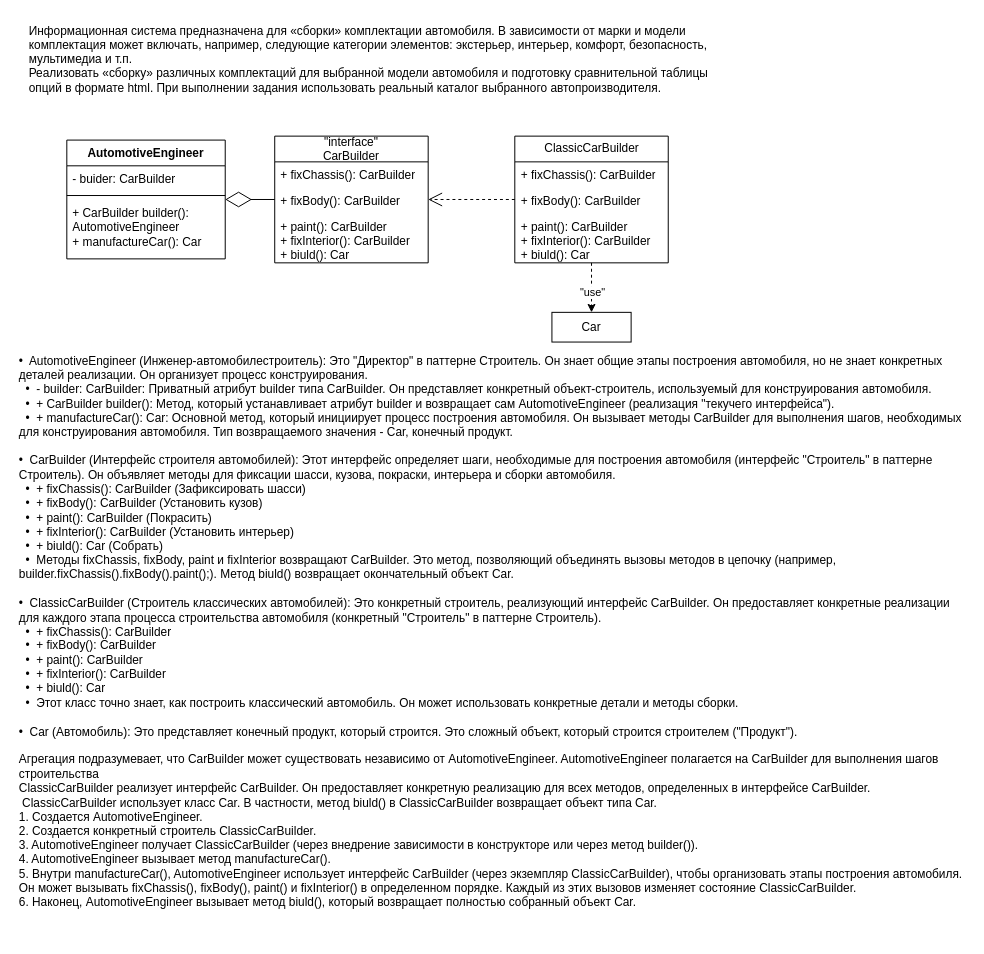
veradel/BEAUTY_GLAMOUR_932220 keeps this draw.io diagram as page "2 семестр" (2 of 2) of fist.lab.drawio. Above is the earlier version. Source tidied: cells renumbered, new cells numbered last; positions are measured from the earlier drawing's top-left corner, leaving out a move shared by most shapes. Both pictures are drawn from the tidied source at 99%, with x=0, y=0 at pixel (17, 17).
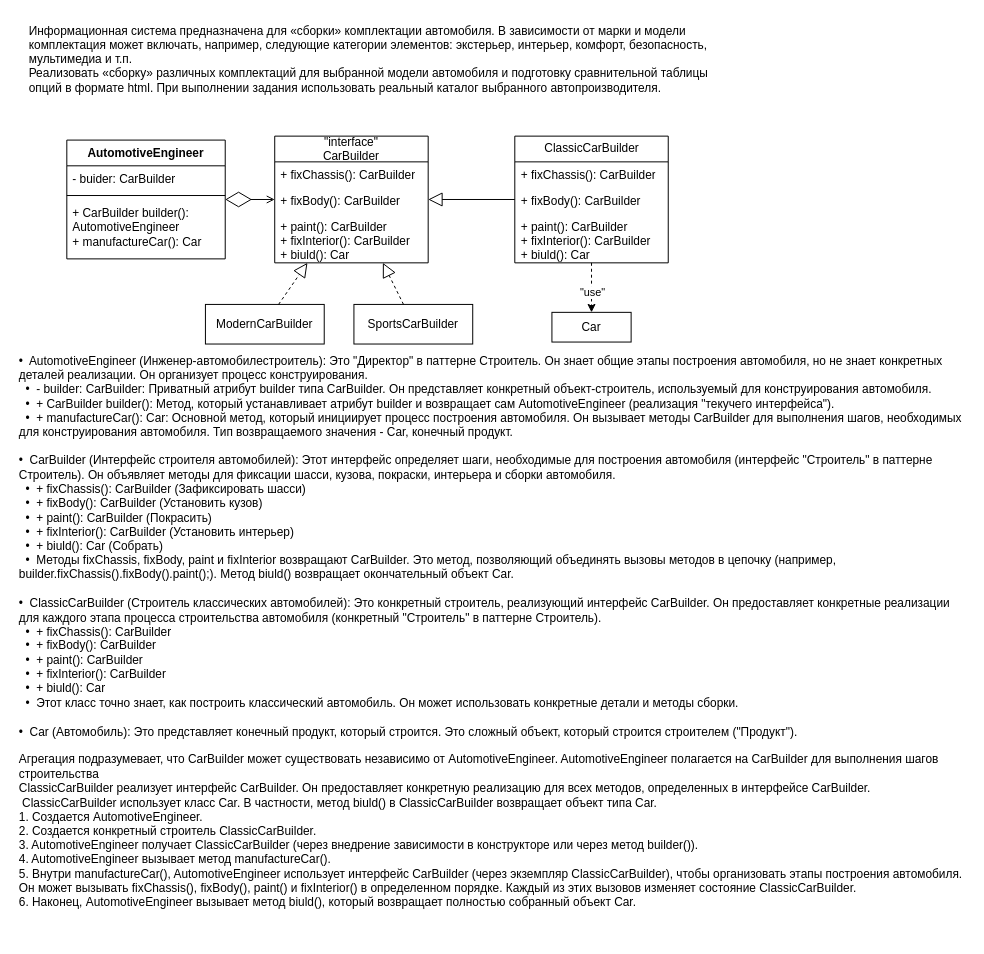
The same page after the edit.

The change refers to these unchanged cells:
```xml
<mxCell id="4" value="&quot;interface&quot;&lt;div&gt;CarBuilder&lt;/div&gt;" style="swimlane;fontStyle=0;horizontal=1;startSize=26;fillColor=none;whiteSpace=wrap;html=1;" parent="1" vertex="1">
  <mxGeometry x="260" y="120" width="155" height="128" as="geometry" />
</mxCell>
<mxCell id="10" value="ClassicCarBuilder" style="swimlane;fontStyle=0;horizontal=1;startSize=26;fillColor=none;whiteSpace=wrap;html=1;" parent="1" vertex="1">
  <mxGeometry x="502.5" y="120" width="155" height="128" as="geometry" />
</mxCell>
<mxCell id="15" value="AutomotiveEngineer" style="swimlane;fontStyle=1;align=center;verticalAlign=top;horizontal=1;startSize=26;whiteSpace=wrap;html=1;" parent="1" vertex="1">
  <mxGeometry x="50" y="124" width="160" height="120" as="geometry" />
</mxCell>
```

Diff of the diagram source:
```diff
@@
-    <mxCell id="14" style="endArrow=open;endFill=1;endSize=12;html=1;rounded=0;dashed=1;" parent="1" edge="1" source="10" target="4">
+    <mxCell id="14" style="endArrow=block;endFill=0;endSize=12;html=1;rounded=0;" parent="1" edge="1" source="10" target="4">
       <mxGeometry relative="1" as="geometry" />
     </mxCell>
@@
-    <mxCell id="19" style="endArrow=diamondThin;endFill=0;endSize=24;html=1;rounded=0;" parent="1" edge="1" source="4" target="15">
+    <mxCell id="19" style="endArrow=diamondThin;endFill=0;endSize=24;html=1;rounded=0;startArrow=open;startFill=0;" parent="1" edge="1" source="4" target="15">
       <mxGeometry relative="1" as="geometry" />
     </mxCell>
@@
+    <mxCell id="21" value="ModernCarBuilder" style="rounded=0;whiteSpace=wrap;html=1;" parent="1" vertex="1">
+      <mxGeometry x="190" y="290" width="120" height="40" as="geometry" />
+    </mxCell>
+    <mxCell id="22" value="SportsCarBuilder" style="rounded=0;whiteSpace=wrap;html=1;" parent="1" vertex="1">
+      <mxGeometry x="340" y="290" width="120" height="40" as="geometry" />
+    </mxCell>
+    <mxCell id="23" style="endArrow=block;endFill=0;endSize=12;html=1;rounded=0;dashed=1;" parent="1" edge="1" source="22" target="4">
+      <mxGeometry relative="1" as="geometry" />
+    </mxCell>
+    <mxCell id="24" style="endArrow=block;endFill=0;endSize=12;html=1;rounded=0;dashed=1;" parent="1" edge="1" source="21" target="4">
+      <mxGeometry relative="1" as="geometry" />
+    </mxCell>
```
